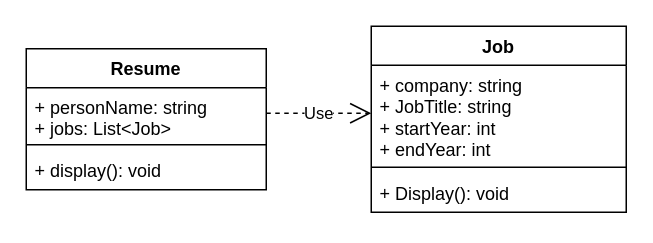
Above: prepare/Learning02/Learning02 Class Diagram.drawio in noduh/CSE-210 (draw.io), before the change. Source tidied: cells renumbered, new cells numbered last; positions are measured from the earlier drawing's top-left corner, leaving out a move shared by most shapes. Both pictures are drawn from the tidied source at 150%, with x=0, y=0 at pixel (26, 26).
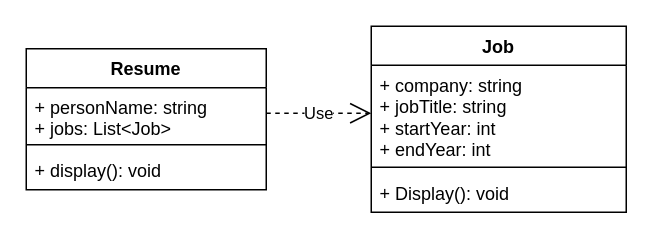
The same diagram, later.

Commit message (it also covers changes not shown here):
Fixed variable name in class diagram

The edit, as a diff of the source:
```diff
@@
 <mxGraphModel>
   <root>
     <mxCell id="0" />
     <mxCell id="1" parent="0" />
     <mxCell id="2" value="Job" style="swimlane;fontStyle=1;align=center;verticalAlign=top;horizontal=1;startSize=26;whiteSpace=wrap;html=1;" parent="1" vertex="1">
       <mxGeometry x="230" width="170" height="124" as="geometry" />
     </mxCell>
-    <mxCell id="3" value="+ company: string&lt;div&gt;+ JobTitle: string&lt;/div&gt;&lt;div&gt;+ startYear: int&lt;/div&gt;&lt;div&gt;+ endYear: int&lt;/div&gt;" style="text;strokeColor=none;fillColor=none;align=left;verticalAlign=top;spacingLeft=4;spacingRight=4;overflow=hidden;points=[[0,0.5],[1,0.5]];portConstraint=eastwest;whiteSpace=wrap;html=1;" parent="2" vertex="1">
+    <mxCell id="3" value="+ company: string&lt;div&gt;+ jobTitle: string&lt;/div&gt;&lt;div&gt;+ startYear: int&lt;/div&gt;&lt;div&gt;+ endYear: int&lt;/div&gt;" style="text;strokeColor=none;fillColor=none;align=left;verticalAlign=top;spacingLeft=4;spacingRight=4;overflow=hidden;points=[[0,0.5],[1,0.5]];portConstraint=eastwest;whiteSpace=wrap;html=1;" parent="2" vertex="1">
       <mxGeometry y="26" width="170" height="64" as="geometry" />
     </mxCell>
     <mxCell id="4" style="line;strokeWidth=1;fillColor=none;align=left;verticalAlign=middle;spacingTop=-1;spacingLeft=3;spacingRight=3;labelPosition=right;strokeColor=inherit;" parent="2" vertex="1">
       <mxGeometry y="90" width="170" height="8" as="geometry" />
     </mxCell>
     <mxCell id="5" value="+ Display(): void" style="text;strokeColor=none;fillColor=none;align=left;verticalAlign=top;spacingLeft=4;spacingRight=4;overflow=hidden;whiteSpace=wrap;html=1;" parent="2" vertex="1">
       <mxGeometry y="98" width="170" height="26" as="geometry" />
     </mxCell>
     <mxCell id="6" value="Resume" style="swimlane;fontStyle=1;align=center;verticalAlign=top;horizontal=1;startSize=26;whiteSpace=wrap;html=1;" parent="1" vertex="1">
       <mxGeometry y="15" width="160" height="94" as="geometry" />
     </mxCell>
     <mxCell id="7" value="+ personName: string&lt;div&gt;+ jobs: List&amp;lt;Job&amp;gt;&lt;/div&gt;" style="text;strokeColor=none;fillColor=none;align=left;verticalAlign=top;spacingLeft=4;spacingRight=4;overflow=hidden;points=[[0,0.5],[1,0.5]];portConstraint=eastwest;whiteSpace=wrap;html=1;" parent="6" vertex="1">
       <mxGeometry y="26" width="160" height="34" as="geometry" />
     </mxCell>
     <mxCell id="8" style="line;strokeWidth=1;fillColor=none;align=left;verticalAlign=middle;spacingTop=-1;spacingLeft=3;spacingRight=3;labelPosition=right;strokeColor=inherit;" parent="6" vertex="1">
       <mxGeometry y="60" width="160" height="8" as="geometry" />
     </mxCell>
     <mxCell id="9" value="+ display(): void" style="text;strokeColor=none;fillColor=none;align=left;verticalAlign=top;spacingLeft=4;spacingRight=4;overflow=hidden;whiteSpace=wrap;html=1;" parent="6" vertex="1">
       <mxGeometry y="68" width="160" height="26" as="geometry" />
     </mxCell>
     <mxCell id="10" value="Use" style="endArrow=open;endSize=12;dashed=1;html=1;rounded=0;entryX=0;entryY=0.5;entryDx=0;entryDy=0;exitX=1;exitY=0.5;exitDx=0;exitDy=0;" parent="1" edge="1" source="7" target="3">
       <mxGeometry relative="1" as="geometry" />
     </mxCell>
   </root>
 </mxGraphModel>
```
